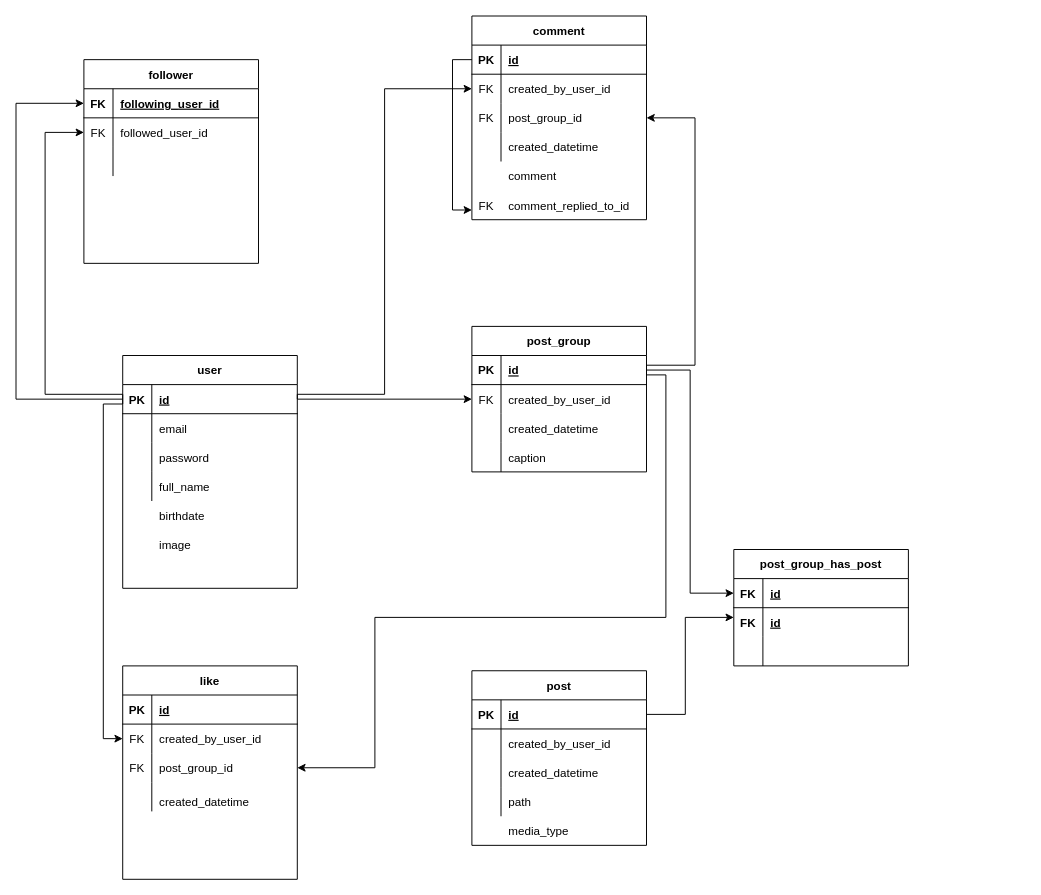
Before: diagram.drawio in pok9/instargram, a draw.io diagram. Source tidied: cells renumbered, new cells numbered last; positions are measured from the earlier drawing's top-left corner, leaving out a move shared by most shapes. Both pictures are drawn from the tidied source at 97%, with x=0, y=0 at pixel (16, 16).
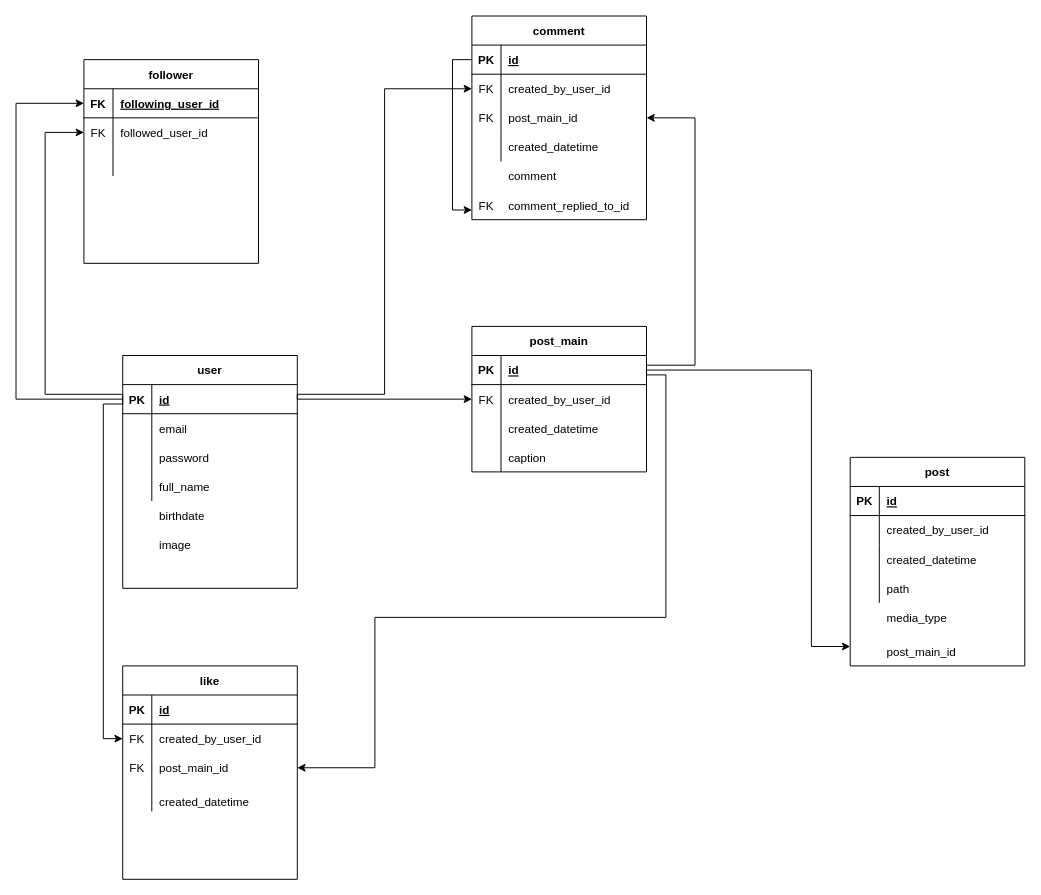
After the change.

The change refers to these unchanged cells:
```xml
<mxCell id="16" style="shape=tableRow;horizontal=0;startSize=0;swimlaneHead=0;swimlaneBody=0;fillColor=none;points=[[0,0.5],[1,0.5]];portConstraint=eastwest;top=0;left=0;right=0;bottom=1;" parent="15" vertex="1">
  <mxGeometry y="30" width="180" height="30" as="geometry" />
</mxCell>
<mxCell id="31" style="shape=tableRow;horizontal=0;startSize=0;swimlaneHead=0;swimlaneBody=0;fillColor=none;points=[[0,0.5],[1,0.5]];portConstraint=eastwest;top=0;left=0;right=0;bottom=1;" parent="30" vertex="1">
  <mxGeometry y="30" width="180" height="30" as="geometry" />
</mxCell>
<mxCell id="66" style="shape=tableRow;horizontal=0;startSize=0;swimlaneHead=0;swimlaneBody=0;fillColor=none;points=[[0,0.5],[1,0.5]];portConstraint=eastwest;top=0;left=0;right=0;bottom=0;" parent="59" vertex="1">
  <mxGeometry y="90" width="180" height="30" as="geometry" />
</mxCell>
<mxCell id="97" style="shape=tableRow;horizontal=0;startSize=0;swimlaneHead=0;swimlaneBody=0;fillColor=none;points=[[0,0.5],[1,0.5]];portConstraint=eastwest;top=0;left=0;right=0;bottom=0;" parent="90" vertex="1">
  <mxGeometry y="90" width="180" height="30" as="geometry" />
</mxCell>
```

The edit, as a diff of the source:
```diff
@@
-    <mxCell id="15" value="post_group" style="shape=table;startSize=30;childLayout=tableLayout;rowLines=0;fontStyle=1;align=center;" parent="1" vertex="1">
+    <mxCell id="15" value="post_main" style="shape=table;startSize=30;childLayout=tableLayout;rowLines=0;fontStyle=1;align=center;" parent="1" vertex="1">
       <mxGeometry x="470" y="320" width="180" height="150" as="geometry" />
     </mxCell>
@@
     <mxCell id="30" value="post" style="shape=table;startSize=30;childLayout=tableLayout;rowLines=0;fontStyle=1;align=center;" parent="1" vertex="1">
-      <mxGeometry x="470" y="675" width="180" height="180" as="geometry" />
+      <mxGeometry x="860" y="455" width="180" height="215" as="geometry" />
     </mxCell>
@@
     <mxCell id="43" value="media_type" style="shape=partialRectangle;fillColor=none;top=0;left=0;bottom=0;right=0;align=left;spacingLeft=6;overflow=hidden;" parent="1" vertex="1">
-      <mxGeometry x="500" y="825" width="150" height="30" as="geometry" />
+      <mxGeometry x="890" y="605" width="150" height="30" as="geometry" />
     </mxCell>
-    <mxCell id="44" value="post_group_has_post" style="shape=table;startSize=30;childLayout=tableLayout;rowLines=0;fontStyle=1;align=center;" parent="1" vertex="1">
-      <mxGeometry x="740" y="550" width="180" height="120" as="geometry" />
-    </mxCell>
-    <mxCell id="45" style="shape=tableRow;horizontal=0;startSize=0;swimlaneHead=0;swimlaneBody=0;fillColor=none;points=[[0,0.5],[1,0.5]];portConstraint=eastwest;top=0;left=0;right=0;bottom=1;" parent="44" vertex="1">
-      <mxGeometry y="30" width="180" height="30" as="geometry" />
-    </mxCell>
-    <mxCell id="46" value="FK" style="shape=partialRectangle;fillColor=none;top=0;left=0;bottom=0;right=0;fontStyle=1;overflow=hidden;" parent="45" vertex="1">
-      <mxGeometry width="30" height="30" as="geometry" />
-    </mxCell>
-    <mxCell id="47" value="id" style="shape=partialRectangle;fillColor=none;top=0;left=0;bottom=0;right=0;align=left;spacingLeft=6;fontStyle=5;overflow=hidden;" parent="45" vertex="1">
-      <mxGeometry x="30" width="150" height="30" as="geometry" />
-    </mxCell>
-    <mxCell id="48" style="shape=tableRow;horizontal=0;startSize=0;swimlaneHead=0;swimlaneBody=0;fillColor=none;top=0;left=0;right=0;bottom=0;" parent="44" vertex="1">
-      <mxGeometry y="60" width="180" height="30" as="geometry" />
-    </mxCell>
-    <mxCell id="49" style="shape=partialRectangle;fillColor=none;top=0;left=0;bottom=0;right=0;overflow=hidden;" parent="48" vertex="1">
-      <mxGeometry width="30" height="30" as="geometry" />
-    </mxCell>
-    <mxCell id="50" style="shape=partialRectangle;fillColor=none;top=0;left=0;bottom=0;right=0;align=left;spacingLeft=6;overflow=hidden;" parent="48" vertex="1">
-      <mxGeometry x="30" width="150" height="30" as="geometry" />
-    </mxCell>
-    <mxCell id="51" style="shape=tableRow;horizontal=0;startSize=0;swimlaneHead=0;swimlaneBody=0;fillColor=none;top=0;left=0;right=0;bottom=0;" parent="44" vertex="1">
-      <mxGeometry y="90" width="180" height="30" as="geometry" />
-    </mxCell>
-    <mxCell id="52" style="shape=partialRectangle;fillColor=none;top=0;left=0;bottom=0;right=0;overflow=hidden;" parent="51" vertex="1">
-      <mxGeometry width="30" height="30" as="geometry" />
-    </mxCell>
-    <mxCell id="53" style="shape=partialRectangle;fillColor=none;top=0;left=0;bottom=0;right=0;align=left;spacingLeft=6;overflow=hidden;" parent="51" vertex="1">
-      <mxGeometry x="30" width="150" height="30" as="geometry" />
-    </mxCell>
-    <mxCell id="54" value="id" style="shape=partialRectangle;fillColor=none;top=0;left=0;bottom=0;right=0;align=left;spacingLeft=6;fontStyle=5;overflow=hidden;" parent="1" vertex="1">
-      <mxGeometry x="770" y="610" width="150" height="30" as="geometry" />
-    </mxCell>
-    <mxCell id="55" value="FK" style="shape=partialRectangle;fillColor=none;top=0;left=0;bottom=0;right=0;fontStyle=1;overflow=hidden;" parent="1" vertex="1">
-      <mxGeometry x="740" y="610" width="30" height="30" as="geometry" />
-    </mxCell>
@@
-    <mxCell id="57" style="edgeStyle=orthogonalEdgeStyle;rounded=0;jettySize=auto;html=1;exitX=1;exitY=0.5;exitDx=0;exitDy=0;entryX=0;entryY=0.5;entryDx=0;entryDy=0;" parent="1" edge="1" source="16" target="45">
-      <mxGeometry relative="1" as="geometry" />
+    <mxCell id="57" style="edgeStyle=orthogonalEdgeStyle;rounded=0;jettySize=auto;html=1;exitX=1;exitY=0.5;exitDx=0;exitDy=0;" parent="1" edge="1" source="16">
+      <mxGeometry relative="1" as="geometry">
+        <mxPoint x="860" y="650" as="targetPoint" />
+        <Array as="points">
+          <mxPoint x="820" y="365" />
+          <mxPoint x="820" y="650" />
+        </Array>
+      </mxGeometry>
     </mxCell>
-    <mxCell id="58" style="edgeStyle=orthogonalEdgeStyle;rounded=0;jettySize=auto;html=1;exitX=1;exitY=0.5;exitDx=0;exitDy=0;" parent="1" edge="1" source="31">
-      <mxGeometry relative="1" as="geometry">
-        <mxPoint x="740" y="620" as="targetPoint" />
-        <Array as="points">
-          <mxPoint x="690" y="720" />
-          <mxPoint x="690" y="620" />
-        </Array>
-      </mxGeometry>
-    </mxCell>
@@
-    <mxCell id="68" value="post_group_id" style="shape=partialRectangle;fillColor=none;top=0;left=0;bottom=0;right=0;align=left;spacingLeft=6;overflow=hidden;" parent="66" vertex="1">
+    <mxCell id="68" value="post_main_id" style="shape=partialRectangle;fillColor=none;top=0;left=0;bottom=0;right=0;align=left;spacingLeft=6;overflow=hidden;" parent="66" vertex="1">
       <mxGeometry x="30" width="150" height="30" as="geometry" />
     </mxCell>
@@
-    <mxCell id="99" value="post_group_id" style="shape=partialRectangle;fillColor=none;top=0;left=0;bottom=0;right=0;align=left;spacingLeft=6;overflow=hidden;" parent="97" vertex="1">
+    <mxCell id="99" value="post_main_id" style="shape=partialRectangle;fillColor=none;top=0;left=0;bottom=0;right=0;align=left;spacingLeft=6;overflow=hidden;" parent="97" vertex="1">
       <mxGeometry x="30" width="150" height="30" as="geometry" />
     </mxCell>
@@
+    <mxCell id="106" value="post_main_id" style="shape=partialRectangle;fillColor=none;top=0;left=0;bottom=0;right=0;align=left;spacingLeft=6;overflow=hidden;" parent="1" vertex="1">
+      <mxGeometry x="890" y="640" width="150" height="30" as="geometry" />
+    </mxCell>
```
